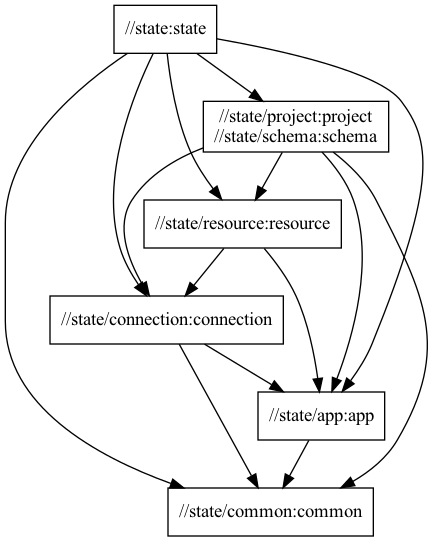
typedb/typedb-studio keeps this Graphviz diagram as docs/state-package-structure.png. Above is the earlier version. Its source is kept beside it as docs/state-package-structure.dot.
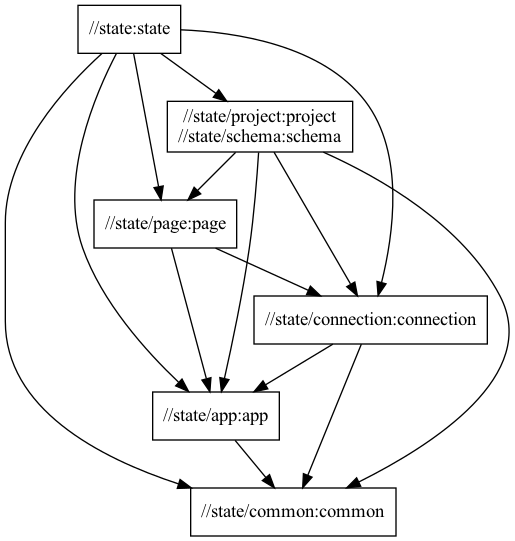
The same diagram one commit later.

Diff of the diagram source:
```diff
@@ -4,16 +4,16 @@
   "//state:state" -> "//state/app:app"
   "//state:state" -> "//state/common:common"
   "//state:state" -> "//state/connection:connection"
+  "//state:state" -> "//state/page:page"
   "//state:state" -> "//state/project:project\n//state/schema:schema"
-  "//state:state" -> "//state/resource:resource"
   "//state/project:project\n//state/schema:schema"
   "//state/project:project\n//state/schema:schema" -> "//state/app:app"
   "//state/project:project\n//state/schema:schema" -> "//state/common:common"
   "//state/project:project\n//state/schema:schema" -> "//state/connection:connection"
-  "//state/project:project\n//state/schema:schema" -> "//state/resource:resource"
-  "//state/resource:resource"
-  "//state/resource:resource" -> "//state/app:app"
-  "//state/resource:resource" -> "//state/connection:connection"
+  "//state/project:project\n//state/schema:schema" -> "//state/page:page"
+  "//state/page:page"
+  "//state/page:page" -> "//state/app:app"
+  "//state/page:page" -> "//state/connection:connection"
   "//state/connection:connection"
   "//state/connection:connection" -> "//state/app:app"
   "//state/connection:connection" -> "//state/common:common"
```
